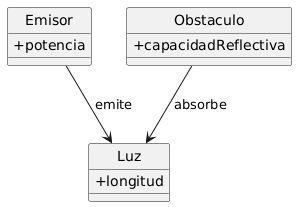
Before: entregas/rivasMiguel/modelosUML/sombra/modelo_dominio.png, a diagram exported from PlantUML (miguelrivasmorantes-devu/26-27-idsw1).
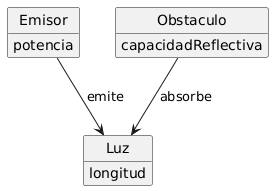
After the change.

Commit message:
fix/actualizar el modelo del dominio

What changed in the source:
```diff
@@ -3,17 +3,19 @@
 skinparam classAttributeIconSize 0
 skinparam monochrome false
 skinparam shadowing false
+hide circle
+hide empty methods
 
 class Emisor {
-    + potencia
+    potencia
 }
 
 class Luz {
-    + longitud
+    longitud
 }
 
 class Obstaculo {
-    + capacidadReflectiva
+    capacidadReflectiva
 }
 
 Emisor --> Luz : emite
```
